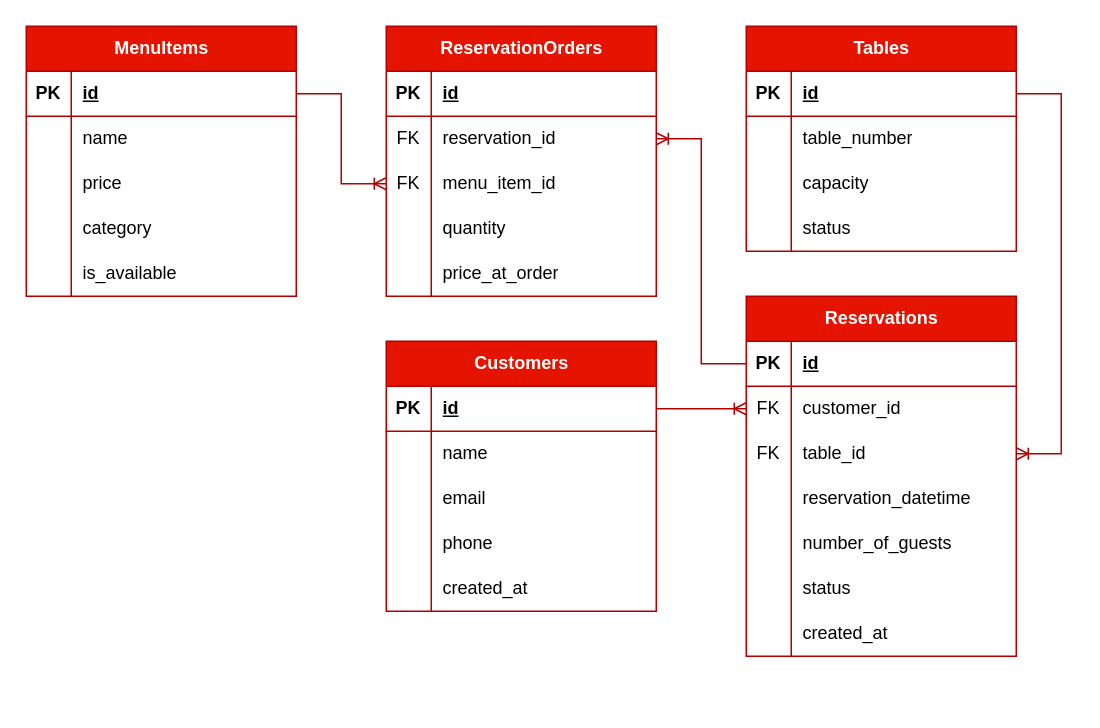
xixillia/Sancai-Reservation-System keeps this draw.io diagram as ERD/Diagram.drawio. Above is the earlier version. Source tidied: cells renumbered, new cells numbered last; positions are measured from the earlier drawing's top-left corner, leaving out a move shared by most shapes. Both pictures are drawn from the tidied source at 150%, with x=0, y=0 at pixel (26, 26).
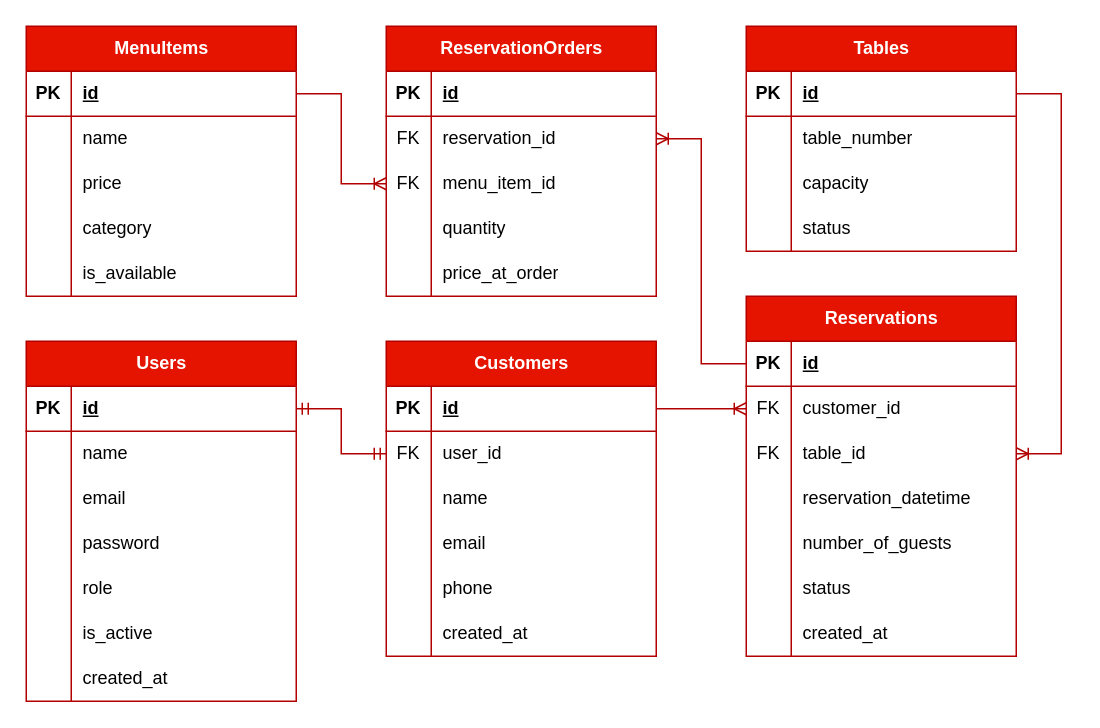
The same diagram, later.

Unchanged cells that the change refers to:
```xml
<mxCell id="6" style="shape=tableRow;horizontal=0;startSize=0;swimlaneHead=0;swimlaneBody=0;fillColor=none;points=[[0,0.5],[1,0.5]];portConstraint=eastwest;top=0;left=0;right=0;bottom=0;" parent="2" vertex="1">
  <mxGeometry y="60" width="180" height="30" as="geometry" />
</mxCell>
<mxCell id="9" style="shape=tableRow;horizontal=0;startSize=0;swimlaneHead=0;swimlaneBody=0;fillColor=none;top=0;left=0;right=0;bottom=0;" parent="2" vertex="1">
  <mxGeometry y="90" width="180" height="30" as="geometry" />
</mxCell>
<mxCell id="12" style="shape=tableRow;horizontal=0;startSize=0;swimlaneHead=0;swimlaneBody=0;fillColor=none;top=0;left=0;right=0;bottom=0;" parent="2" vertex="1">
  <mxGeometry y="120" width="180" height="30" as="geometry" />
</mxCell>
<mxCell id="15" style="shape=tableRow;horizontal=0;startSize=0;swimlaneHead=0;swimlaneBody=0;fillColor=none;top=0;left=0;right=0;bottom=0;" parent="2" vertex="1">
  <mxGeometry y="150" width="180" height="30" as="geometry" />
</mxCell>
```

What changed in the source:
```diff
@@
     <mxCell id="2" value="Customers" style="shape=table;startSize=30;childLayout=tableLayout;rowLines=0;fontStyle=1;align=center;html=1;fillColor=#e51400;fontColor=#ffffff;strokeColor=#B20000;" parent="1" vertex="1">
-      <mxGeometry x="240" y="210" width="180" height="180" as="geometry" />
+      <mxGeometry x="240" y="210" width="180" height="210" as="geometry" />
     </mxCell>
@@
-    <mxCell id="7" style="shape=partialRectangle;fillColor=none;top=0;left=0;bottom=0;right=0;overflow=hidden;whiteSpace=wrap;html=1;" parent="6" vertex="1">
+    <mxCell id="7" value="FK" style="shape=partialRectangle;fillColor=none;top=0;left=0;bottom=0;right=0;overflow=hidden;whiteSpace=wrap;html=1;" parent="6" vertex="1">
       <mxGeometry width="30" height="30" as="geometry" />
     </mxCell>
-    <mxCell id="8" value="name&lt;span style=&quot;white-space: pre;&quot;&gt;&#9;&lt;/span&gt;" style="shape=partialRectangle;fillColor=none;top=0;left=0;bottom=0;right=0;align=left;spacingLeft=6;overflow=hidden;whiteSpace=wrap;html=1;" parent="6" vertex="1">
+    <mxCell id="8" value="user_id" style="shape=partialRectangle;fillColor=none;top=0;left=0;bottom=0;right=0;align=left;spacingLeft=6;overflow=hidden;whiteSpace=wrap;html=1;" parent="6" vertex="1">
       <mxGeometry x="30" width="150" height="30" as="geometry" />
     </mxCell>
@@
-    <mxCell id="11" value="email" style="shape=partialRectangle;fillColor=none;top=0;left=0;bottom=0;right=0;align=left;spacingLeft=6;overflow=hidden;whiteSpace=wrap;html=1;" parent="9" vertex="1">
+    <mxCell id="11" value="name" style="shape=partialRectangle;fillColor=none;top=0;left=0;bottom=0;right=0;align=left;spacingLeft=6;overflow=hidden;whiteSpace=wrap;html=1;" parent="9" vertex="1">
       <mxGeometry x="30" width="150" height="30" as="geometry" />
     </mxCell>
@@
-    <mxCell id="14" value="phone" style="shape=partialRectangle;fillColor=none;top=0;left=0;bottom=0;right=0;align=left;spacingLeft=6;overflow=hidden;whiteSpace=wrap;html=1;" parent="12" vertex="1">
+    <mxCell id="14" value="email" style="shape=partialRectangle;fillColor=none;top=0;left=0;bottom=0;right=0;align=left;spacingLeft=6;overflow=hidden;whiteSpace=wrap;html=1;" parent="12" vertex="1">
       <mxGeometry x="30" width="150" height="30" as="geometry" />
     </mxCell>
@@
-    <mxCell id="17" value="created_at" style="shape=partialRectangle;fillColor=none;top=0;left=0;bottom=0;right=0;align=left;spacingLeft=6;overflow=hidden;whiteSpace=wrap;html=1;" parent="15" vertex="1">
+    <mxCell id="17" value="phone" style="shape=partialRectangle;fillColor=none;top=0;left=0;bottom=0;right=0;align=left;spacingLeft=6;overflow=hidden;whiteSpace=wrap;html=1;" parent="15" vertex="1">
       <mxGeometry x="30" width="150" height="30" as="geometry" />
     </mxCell>
+    <mxCell id="90" style="shape=tableRow;horizontal=0;startSize=0;swimlaneHead=0;swimlaneBody=0;fillColor=none;top=0;left=0;right=0;bottom=0;" parent="2" vertex="1">
+      <mxGeometry y="180" width="180" height="30" as="geometry" />
+    </mxCell>
+    <mxCell id="91" style="shape=partialRectangle;fillColor=none;top=0;left=0;bottom=0;right=0;overflow=hidden;whiteSpace=wrap;html=1;" parent="90" vertex="1">
+      <mxGeometry width="30" height="30" as="geometry" />
+    </mxCell>
+    <mxCell id="92" value="created_at" style="shape=partialRectangle;fillColor=none;top=0;left=0;bottom=0;right=0;align=left;spacingLeft=6;overflow=hidden;whiteSpace=wrap;html=1;" parent="90" vertex="1">
+      <mxGeometry x="30" width="150" height="30" as="geometry" />
+    </mxCell>
@@
+    <mxCell id="93" value="Users" style="shape=table;startSize=30;childLayout=tableLayout;rowLines=0;fontStyle=1;align=center;html=1;fillColor=#e51400;fontColor=#ffffff;strokeColor=#B20000;" parent="1" vertex="1">
+      <mxGeometry y="210" width="180" height="240" as="geometry" />
+    </mxCell>
+    <mxCell id="94" style="shape=tableRow;horizontal=0;startSize=0;swimlaneHead=0;swimlaneBody=0;fillColor=none;points=[[0,0.5],[1,0.5]];portConstraint=eastwest;top=0;left=0;right=0;bottom=1;strokeColor=inherit;" parent="93" vertex="1">
+      <mxGeometry y="30" width="180" height="30" as="geometry" />
+    </mxCell>
+    <mxCell id="95" value="PK" style="shape=partialRectangle;fillColor=none;top=0;left=0;bottom=0;right=0;fontStyle=1;overflow=hidden;whiteSpace=wrap;html=1;" parent="94" vertex="1">
+      <mxGeometry width="30" height="30" as="geometry" />
+    </mxCell>
+    <mxCell id="96" value="id" style="shape=partialRectangle;fillColor=none;top=0;left=0;bottom=0;right=0;align=left;spacingLeft=6;fontStyle=5;overflow=hidden;whiteSpace=wrap;html=1;strokeColor=default;" parent="94" vertex="1">
+      <mxGeometry x="30" width="150" height="30" as="geometry" />
+    </mxCell>
+    <mxCell id="97" style="shape=tableRow;horizontal=0;startSize=0;swimlaneHead=0;swimlaneBody=0;fillColor=none;top=0;left=0;right=0;bottom=0;" parent="93" vertex="1">
+      <mxGeometry y="60" width="180" height="30" as="geometry" />
+    </mxCell>
+    <mxCell id="98" style="shape=partialRectangle;fillColor=none;top=0;left=0;bottom=0;right=0;overflow=hidden;whiteSpace=wrap;html=1;" parent="97" vertex="1">
+      <mxGeometry width="30" height="30" as="geometry" />
+    </mxCell>
+    <mxCell id="99" value="name" style="shape=partialRectangle;fillColor=none;top=0;left=0;bottom=0;right=0;align=left;spacingLeft=6;overflow=hidden;whiteSpace=wrap;html=1;" parent="97" vertex="1">
+      <mxGeometry x="30" width="150" height="30" as="geometry" />
+    </mxCell>
+    <mxCell id="100" style="shape=tableRow;horizontal=0;startSize=0;swimlaneHead=0;swimlaneBody=0;fillColor=none;top=0;left=0;right=0;bottom=0;" parent="93" vertex="1">
+      <mxGeometry y="90" width="180" height="30" as="geometry" />
+    </mxCell>
+    <mxCell id="101" style="shape=partialRectangle;fillColor=none;top=0;left=0;bottom=0;right=0;overflow=hidden;whiteSpace=wrap;html=1;" parent="100" vertex="1">
+      <mxGeometry width="30" height="30" as="geometry" />
+    </mxCell>
+    <mxCell id="102" value="email" style="shape=partialRectangle;fillColor=none;top=0;left=0;bottom=0;right=0;align=left;spacingLeft=6;overflow=hidden;whiteSpace=wrap;html=1;" parent="100" vertex="1">
+      <mxGeometry x="30" width="150" height="30" as="geometry" />
+    </mxCell>
+    <mxCell id="103" style="shape=tableRow;horizontal=0;startSize=0;swimlaneHead=0;swimlaneBody=0;fillColor=none;top=0;left=0;right=0;bottom=0;" parent="93" vertex="1">
+      <mxGeometry y="120" width="180" height="30" as="geometry" />
+    </mxCell>
+    <mxCell id="104" style="shape=partialRectangle;fillColor=none;top=0;left=0;bottom=0;right=0;overflow=hidden;whiteSpace=wrap;html=1;" parent="103" vertex="1">
+      <mxGeometry width="30" height="30" as="geometry" />
+    </mxCell>
+    <mxCell id="105" value="password" style="shape=partialRectangle;fillColor=none;top=0;left=0;bottom=0;right=0;align=left;spacingLeft=6;overflow=hidden;whiteSpace=wrap;html=1;" parent="103" vertex="1">
+      <mxGeometry x="30" width="150" height="30" as="geometry" />
+    </mxCell>
+    <mxCell id="106" style="shape=tableRow;horizontal=0;startSize=0;swimlaneHead=0;swimlaneBody=0;fillColor=none;top=0;left=0;right=0;bottom=0;" parent="93" vertex="1">
+      <mxGeometry y="150" width="180" height="30" as="geometry" />
+    </mxCell>
+    <mxCell id="107" style="shape=partialRectangle;fillColor=none;top=0;left=0;bottom=0;right=0;overflow=hidden;whiteSpace=wrap;html=1;" parent="106" vertex="1">
+      <mxGeometry width="30" height="30" as="geometry" />
+    </mxCell>
+    <mxCell id="108" value="role" style="shape=partialRectangle;fillColor=none;top=0;left=0;bottom=0;right=0;align=left;spacingLeft=6;overflow=hidden;whiteSpace=wrap;html=1;" parent="106" vertex="1">
+      <mxGeometry x="30" width="150" height="30" as="geometry" />
+    </mxCell>
+    <mxCell id="109" style="shape=tableRow;horizontal=0;startSize=0;swimlaneHead=0;swimlaneBody=0;fillColor=none;top=0;left=0;right=0;bottom=0;" parent="93" vertex="1">
+      <mxGeometry y="180" width="180" height="30" as="geometry" />
+    </mxCell>
+    <mxCell id="110" style="shape=partialRectangle;fillColor=none;top=0;left=0;bottom=0;right=0;overflow=hidden;whiteSpace=wrap;html=1;" parent="109" vertex="1">
+      <mxGeometry width="30" height="30" as="geometry" />
+    </mxCell>
+    <mxCell id="111" value="is_active" style="shape=partialRectangle;fillColor=none;top=0;left=0;bottom=0;right=0;align=left;spacingLeft=6;overflow=hidden;whiteSpace=wrap;html=1;" parent="109" vertex="1">
+      <mxGeometry x="30" width="150" height="30" as="geometry" />
+    </mxCell>
+    <mxCell id="112" style="shape=tableRow;horizontal=0;startSize=0;swimlaneHead=0;swimlaneBody=0;fillColor=none;top=0;left=0;right=0;bottom=0;" parent="93" vertex="1">
+      <mxGeometry y="210" width="180" height="30" as="geometry" />
+    </mxCell>
+    <mxCell id="113" style="shape=partialRectangle;fillColor=none;top=0;left=0;bottom=0;right=0;overflow=hidden;whiteSpace=wrap;html=1;" parent="112" vertex="1">
+      <mxGeometry width="30" height="30" as="geometry" />
+    </mxCell>
+    <mxCell id="114" value="created_at" style="shape=partialRectangle;fillColor=none;top=0;left=0;bottom=0;right=0;align=left;spacingLeft=6;overflow=hidden;whiteSpace=wrap;html=1;" parent="112" vertex="1">
+      <mxGeometry x="30" width="150" height="30" as="geometry" />
+    </mxCell>
+    <mxCell id="115" style="edgeStyle=entityRelationEdgeStyle;fontSize=12;html=1;endArrow=ERmandOne;startArrow=ERmandOne;rounded=0;strokeColor=#B20000;fontColor=#E4FDE1;fillColor=#e51400;exitX=1;exitY=0.5;exitDx=0;exitDy=0;" parent="1" edge="1" source="94" target="6">
+      <mxGeometry relative="1" as="geometry" />
+    </mxCell>
```
